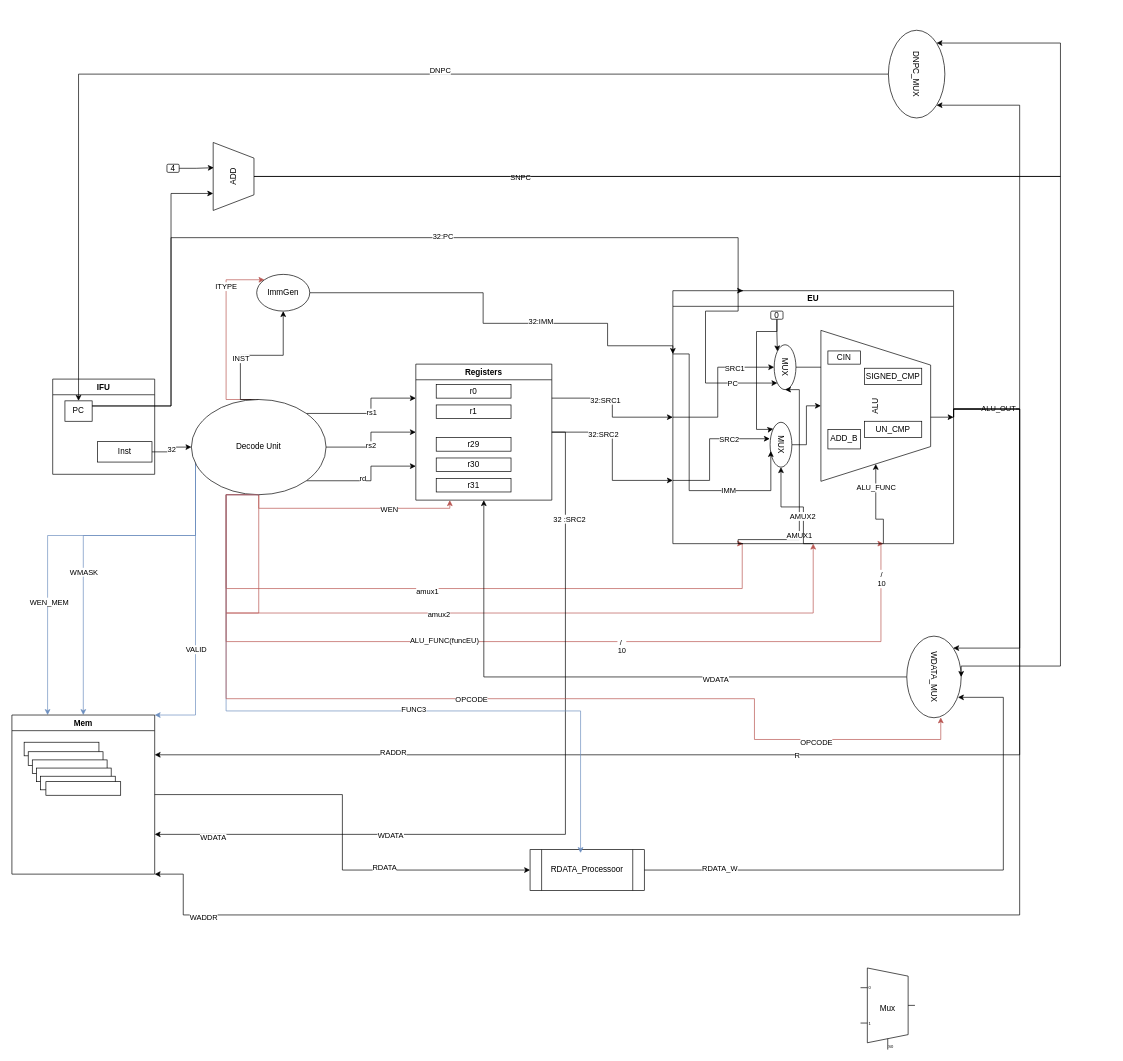
This is page "第 1 页" (1 of 3) of cpu.drawio from rand-kcs/cpu-design, a draw.io file, before an edit. Source tidied: cells renumbered, new cells numbered last; positions are measured from the earlier drawing's top-left corner, leaving out a move shared by most shapes. Both pictures are drawn from the tidied source at 68%, with x=0, y=0 at pixel (12, 43).
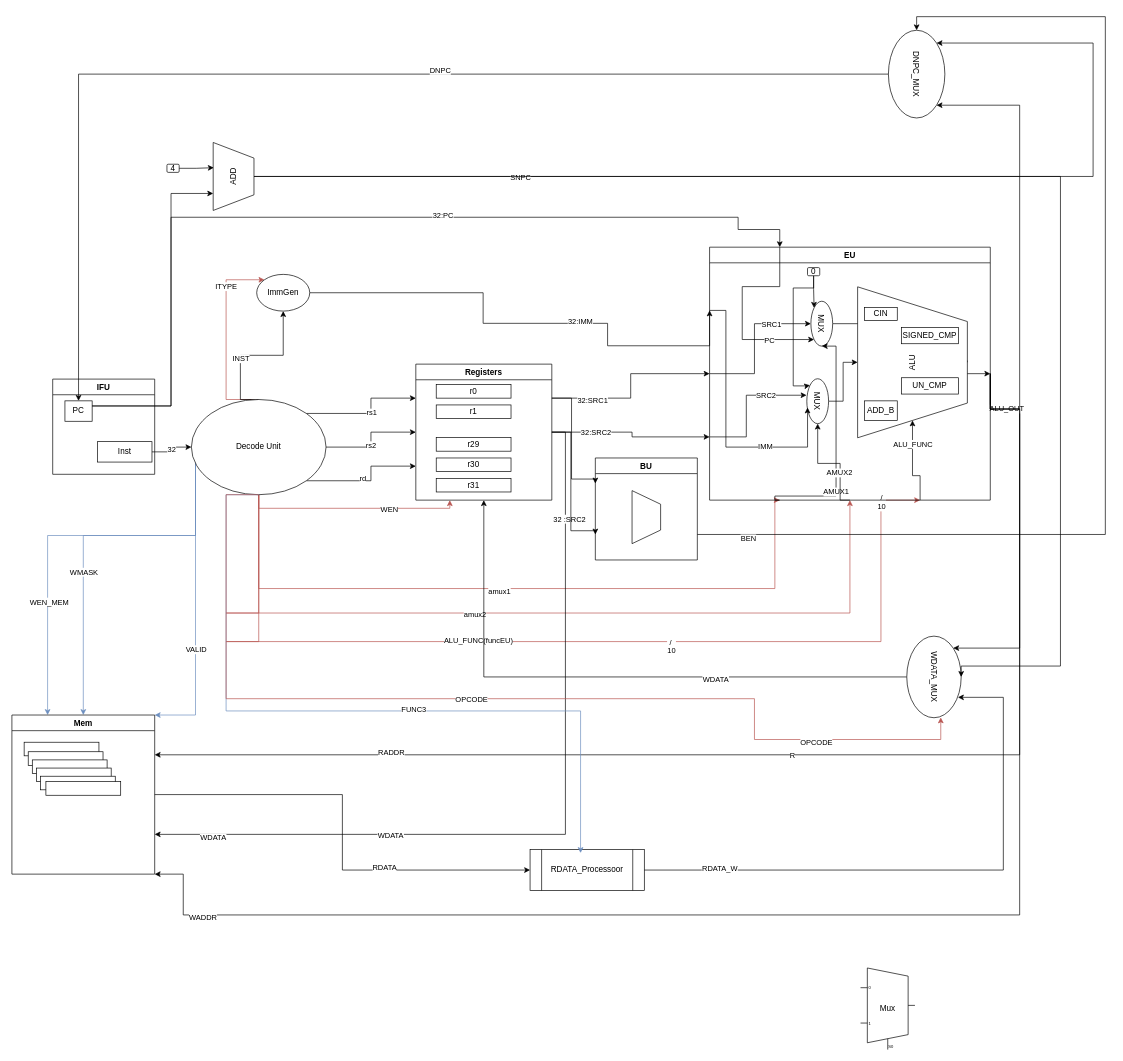
The same page after the edit.

Unchanged cells that the change refers to:
```xml
<mxCell id="3" value="PC" style="rounded=0;whiteSpace=wrap;html=1;" parent="2" vertex="1">
  <mxGeometry x="18" y="32" width="40" height="30" as="geometry" />
</mxCell>
<mxCell id="31" value="Decode Unit" style="ellipse;whiteSpace=wrap;html=1;" parent="1" vertex="1">
  <mxGeometry x="264" y="524" width="198" height="140" as="geometry" />
</mxCell>
<mxCell id="51" value="Registers" style="swimlane;whiteSpace=wrap;html=1;" parent="1" vertex="1">
  <mxGeometry x="594" y="472" width="200" height="200" as="geometry" />
</mxCell>
<mxCell id="69" value="MUX" style="ellipse;whiteSpace=wrap;html=1;rotation=90;" parent="67" vertex="1">
  <mxGeometry x="132" y="96.5" width="66" height="32" as="geometry" />
</mxCell>
<mxCell id="104" value="ADD" style="verticalLabelPosition=middle;verticalAlign=middle;html=1;shape=trapezoid;perimeter=trapezoidPerimeter;whiteSpace=wrap;size=0.23;arcSize=10;flipV=1;labelPosition=center;align=center;rotation=-90;" parent="1" vertex="1">
  <mxGeometry x="276" y="166" width="100" height="60" as="geometry" />
</mxCell>
<mxCell id="109" value="DNPC_MUX" style="ellipse;whiteSpace=wrap;html=1;rotation=90;" parent="1" vertex="1">
  <mxGeometry x="1266" y="4" width="129" height="83" as="geometry" />
</mxCell>
```

Diff of the diagram source:
```diff
@@
     <mxCell id="17" style="edgeStyle=orthogonalEdgeStyle;rounded=0;jettySize=auto;html=1;exitX=0.5;exitY=1;exitDx=0;exitDy=0;entryX=0.25;entryY=1;entryDx=0;entryDy=0;fillColor=#f8cecc;strokeColor=#b85450;" parent="1" edge="1" source="31" target="67">
       <mxGeometry relative="1" as="geometry">
         <Array as="points">
-          <mxPoint x="315" y="802" />
-          <mxPoint x="1074" y="802" />
-          <mxPoint x="1074" y="736" />
+          <mxPoint x="363" y="802" />
+          <mxPoint x="1122" y="802" />
+          <mxPoint x="1122" y="672" />
         </Array>
       </mxGeometry>
     </mxCell>
@@
     <mxCell id="36" style="edgeStyle=orthogonalEdgeStyle;rounded=0;jettySize=auto;html=1;exitX=1;exitY=0.25;exitDx=0;exitDy=0;entryX=0;entryY=0.5;entryDx=0;entryDy=0;" parent="1" edge="1" source="51" target="67">
-      <mxGeometry relative="1" as="geometry" />
+      <mxGeometry relative="1" as="geometry">
+        <Array as="points">
+          <mxPoint x="910" y="522" />
+          <mxPoint x="910" y="486" />
+        </Array>
+      </mxGeometry>
     </mxCell>
     <mxCell id="37" value="32:SRC1" style="edgeLabel;html=1;align=center;verticalAlign=middle;" parent="36" vertex="1">
-      <mxGeometry x="-0.24" y="-2" relative="1" as="geometry" />
+      <mxGeometry x="-0.24" y="-2" relative="1" as="geometry">
+        <mxPoint x="-43" as="offset" />
+      </mxGeometry>
     </mxCell>
@@
     <mxCell id="45" style="edgeStyle=orthogonalEdgeStyle;rounded=0;jettySize=auto;html=1;exitX=1;exitY=0.5;exitDx=0;exitDy=0;entryX=0;entryY=0.75;entryDx=0;entryDy=0;" parent="1" edge="1" source="51" target="67">
-      <mxGeometry relative="1" as="geometry" />
+      <mxGeometry relative="1" as="geometry">
+        <Array as="points">
+          <mxPoint x="912" y="572" />
+          <mxPoint x="912" y="579" />
+        </Array>
+      </mxGeometry>
     </mxCell>
     <mxCell id="46" value="32:SRC2" style="edgeLabel;html=1;align=center;verticalAlign=middle;" parent="45" vertex="1">
-      <mxGeometry x="-0.4" y="-2" relative="1" as="geometry" />
+      <mxGeometry x="-0.4" y="-2" relative="1" as="geometry">
+        <mxPoint x="-8" y="-2" as="offset" />
+      </mxGeometry>
     </mxCell>
@@
+    <mxCell id="119" style="edgeStyle=orthogonalEdgeStyle;rounded=0;jettySize=auto;html=1;exitX=1;exitY=0.25;exitDx=0;exitDy=0;entryX=0;entryY=0.25;entryDx=0;entryDy=0;" parent="1" edge="1" source="51" target="123">
+      <mxGeometry relative="1" as="geometry">
+        <Array as="points">
+          <mxPoint x="823" y="522" />
+          <mxPoint x="823" y="641" />
+        </Array>
+      </mxGeometry>
+    </mxCell>
+    <mxCell id="120" style="edgeStyle=orthogonalEdgeStyle;rounded=0;jettySize=auto;html=1;exitX=1;exitY=0.5;exitDx=0;exitDy=0;entryX=0;entryY=0.75;entryDx=0;entryDy=0;" parent="1" edge="1" source="51" target="123">
+      <mxGeometry relative="1" as="geometry">
+        <Array as="points">
+          <mxPoint x="822" y="572" />
+          <mxPoint x="822" y="717" />
+          <mxPoint x="858" y="717" />
+        </Array>
+      </mxGeometry>
+    </mxCell>
@@
     <mxCell id="67" value="EU" style="swimlane;whiteSpace=wrap;html=1;" parent="1" vertex="1">
-      <mxGeometry x="972" y="364" width="412.8" height="372" as="geometry" />
+      <mxGeometry x="1026" y="300" width="412.8" height="372" as="geometry" />
     </mxCell>
@@
     <mxCell id="84" style="edgeStyle=orthogonalEdgeStyle;rounded=0;jettySize=auto;html=1;exitX=0.25;exitY=0;exitDx=0;exitDy=0;entryX=1;entryY=1;entryDx=0;entryDy=0;" parent="67" edge="1" source="67" target="69">
       <mxGeometry relative="1" as="geometry">
         <Array as="points">
-          <mxPoint x="96" y="30" />
-          <mxPoint x="48" y="30" />
+          <mxPoint x="103" y="58" />
+          <mxPoint x="48" y="58" />
           <mxPoint x="48" y="136" />
         </Array>
       </mxGeometry>
     </mxCell>
@@
     <mxCell id="92" value="ADD_B" style="rounded=0;whiteSpace=wrap;html=1;" parent="67" vertex="1">
-      <mxGeometry x="228" y="204" width="48" height="28.7" as="geometry" />
+      <mxGeometry x="228" y="226" width="48" height="28.7" as="geometry" />
     </mxCell>
@@
+    <mxCell id="118" value="SIGNED_CMP" style="rounded=0;whiteSpace=wrap;html=1;" parent="67" vertex="1">
+      <mxGeometry x="282" y="118" width="84" height="24" as="geometry" />
+    </mxCell>
     <mxCell id="94" style="edgeStyle=orthogonalEdgeStyle;rounded=0;jettySize=auto;html=1;exitX=1;exitY=0.25;exitDx=0;exitDy=0;entryX=0.25;entryY=0;entryDx=0;entryDy=0;" parent="1" edge="1" source="3" target="67">
       <mxGeometry relative="1" as="geometry">
         <Array as="points">
-          <mxPoint x="234" y="534" />
-          <mxPoint x="234" y="286" />
-          <mxPoint x="1068" y="286" />
-          <mxPoint x="1068" y="364" />
+          <mxPoint x="234" y="533" />
+          <mxPoint x="234" y="256" />
+          <mxPoint x="1068" y="256" />
+          <mxPoint x="1068" y="274" />
+          <mxPoint x="1129" y="274" />
         </Array>
       </mxGeometry>
     </mxCell>
@@
     <mxCell id="103" style="edgeStyle=orthogonalEdgeStyle;rounded=0;jettySize=auto;html=1;exitX=0.5;exitY=1;exitDx=0;exitDy=0;entryX=0;entryY=0;entryDx=0;entryDy=0;" parent="1" edge="1" source="104" target="109">
       <mxGeometry relative="1" as="geometry">
         <Array as="points">
-          <mxPoint x="1542" y="196" />
-          <mxPoint x="1542" />
+          <mxPoint x="1590" y="196" />
+          <mxPoint x="1590" />
         </Array>
       </mxGeometry>
     </mxCell>
@@
-    <mxCell id="118" value="SIGNED_CMP" style="rounded=0;whiteSpace=wrap;html=1;" parent="1" vertex="1">
-      <mxGeometry x="1254" y="478" width="84" height="24" as="geometry" />
-    </mxCell>
+    <mxCell id="121" style="edgeStyle=orthogonalEdgeStyle;rounded=0;jettySize=auto;html=1;exitX=1;exitY=0.75;exitDx=0;exitDy=0;entryX=0;entryY=0.5;entryDx=0;entryDy=0;" parent="1" edge="1" source="123" target="109">
+      <mxGeometry relative="1" as="geometry">
+        <Array as="points">
+          <mxPoint x="1608" y="723" />
+          <mxPoint x="1608" y="-39" />
+          <mxPoint x="1331" y="-39" />
+        </Array>
+      </mxGeometry>
+    </mxCell>
+    <mxCell id="122" value="BEN" style="edgeLabel;html=1;align=center;verticalAlign=middle;" parent="121" vertex="1">
+      <mxGeometry x="-0.91" y="-6" relative="1" as="geometry">
+        <mxPoint x="-1" as="offset" />
+      </mxGeometry>
+    </mxCell>
+    <mxCell id="123" value="BU" style="swimlane;whiteSpace=wrap;html=1;" parent="1" vertex="1">
+      <mxGeometry x="858" y="610" width="150" height="150" as="geometry" />
+    </mxCell>
+    <mxCell id="124" style="shape=trapezoid;perimeter=trapezoidPerimeter;whiteSpace=wrap;html=1;fixedSize=1;rotation=90;" parent="123" vertex="1">
+      <mxGeometry x="36" y="66" width="78" height="42" as="geometry" />
+    </mxCell>
```
